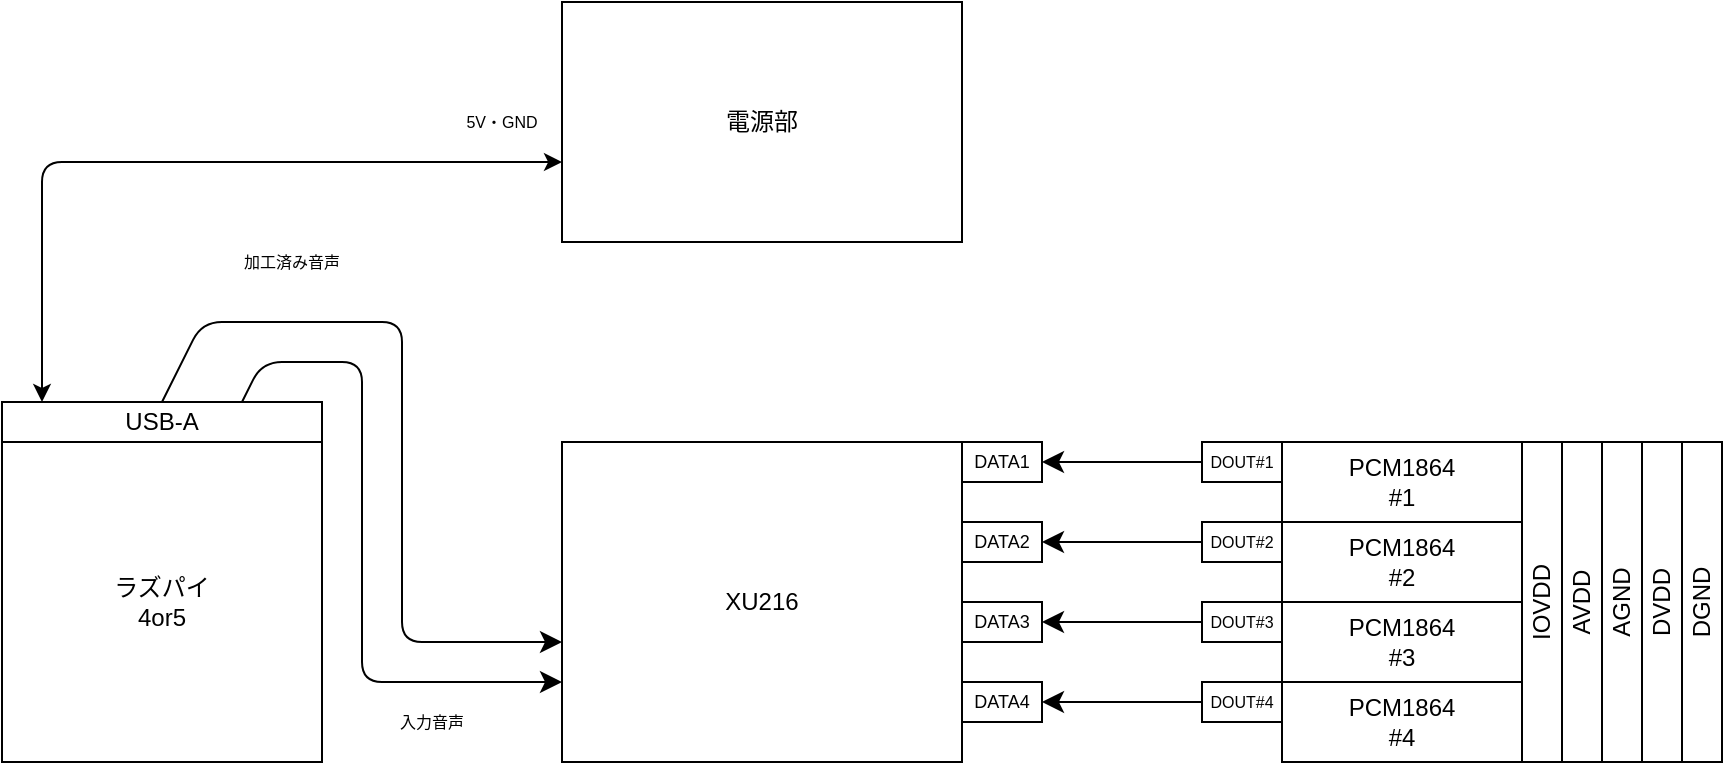
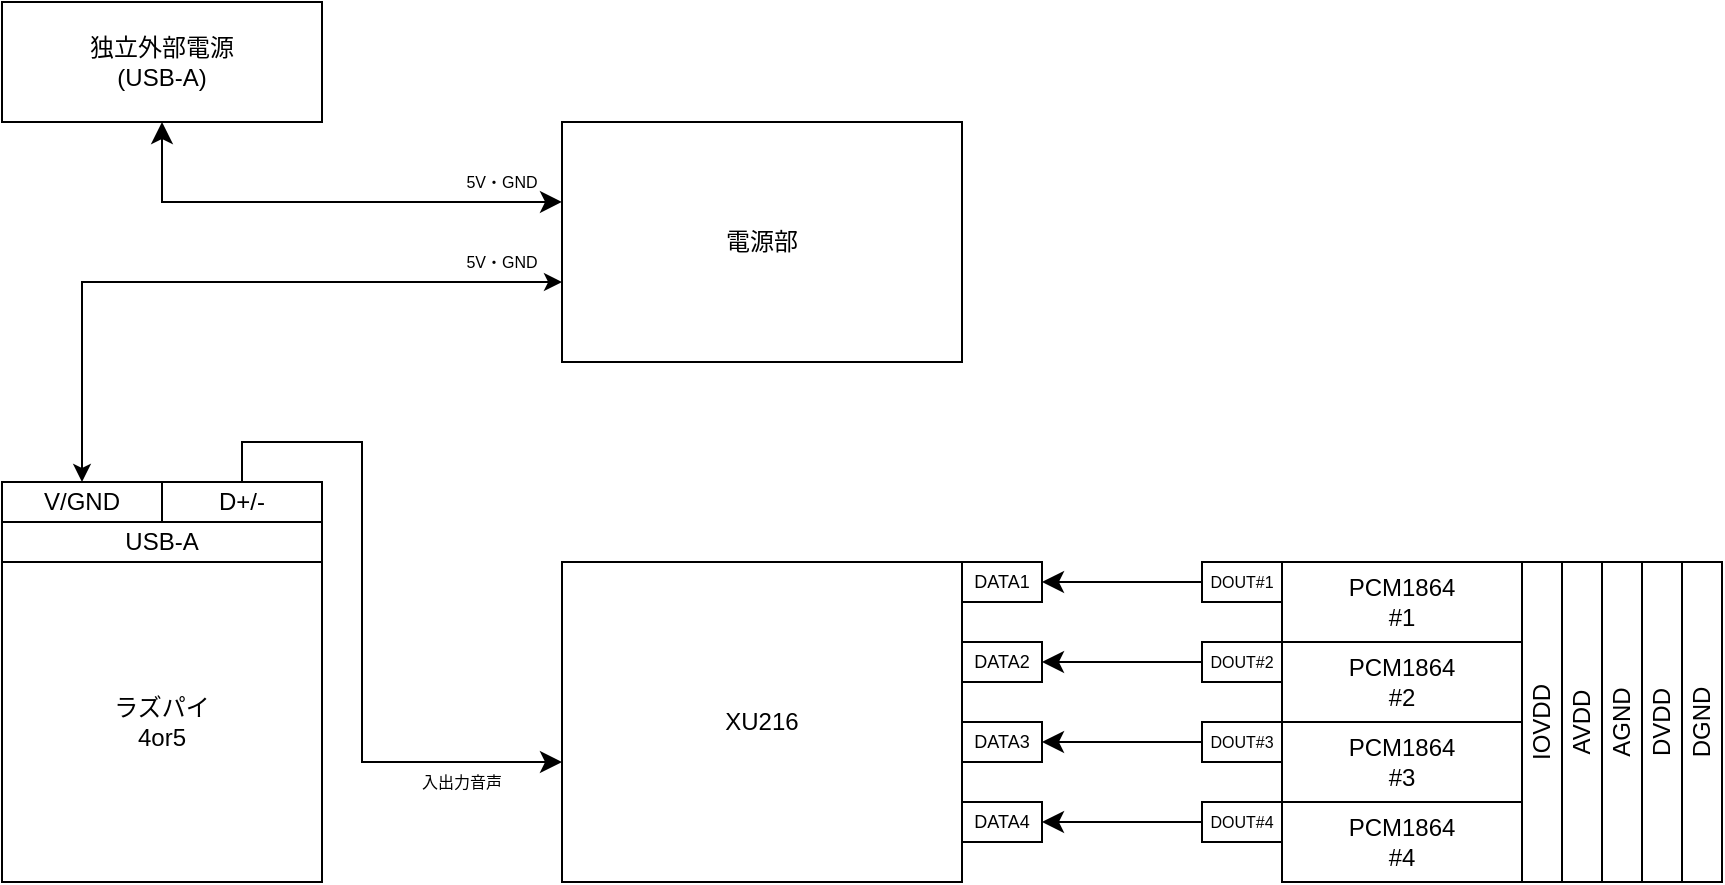
<mxfile host="app.diagrams.net">
  <diagram name="ページ-1" id="1rR5yNFkPkjZeM9XWKDB">
-     <mxGraphModel dx="481" dy="409" grid="1" gridSize="10" guides="1" tooltips="1" connect="1" arrows="1" fold="1" page="1" pageScale="1" pageWidth="827" pageHeight="1169" math="0" shadow="0">
+     <mxGraphModel dx="1123" dy="2122" grid="1" gridSize="10" guides="1" tooltips="1" connect="1" arrows="1" fold="1" page="1" pageScale="1" pageWidth="827" pageHeight="1169" background="none" math="0" shadow="0">
      <root>
        <mxCell id="0" />
        <mxCell id="1" parent="0" />
-         <mxCell id="8oAuVnmic7N__K8w4YIr-23" edge="1" parent="1" source="8oAuVnmic7N__K8w4YIr-22" style="endArrow=classic;html=1;rounded=1;fontSize=12;startSize=8;endSize=8;curved=0;exitX=0.75;exitY=0;exitDx=0;exitDy=0;entryX=0;entryY=0.75;entryDx=0;entryDy=0;" target="gwDgxvsqRqvtRyl1jF5W-1" value="">
+         <mxCell id="8oAuVnmic7N__K8w4YIr-23" edge="1" parent="1" style="endArrow=classic;html=1;rounded=0;fontSize=12;startSize=8;endSize=8;curved=0;exitX=0.75;exitY=0;exitDx=0;exitDy=0;entryX=0;entryY=0.75;entryDx=0;entryDy=0;labelBackgroundColor=none;fontColor=default;" value="">
          <mxGeometry height="50" relative="1" width="50" as="geometry">
            <Array as="points">
-               <mxPoint x="170" y="180" />
-               <mxPoint x="220" y="180" />
-               <mxPoint x="220" y="340" />
+               <mxPoint x="160" y="160" />
+               <mxPoint x="220" y="160" />
+               <mxPoint x="220" y="320" />
            </Array>
-             <mxPoint x="270" y="200" as="sourcePoint" />
-             <mxPoint x="320" y="150" as="targetPoint" />
+             <mxPoint x="160" y="180" as="sourcePoint" />
+             <mxPoint x="320.0000000000001" y="320" as="targetPoint" />
          </mxGeometry>
        </mxCell>
-         <mxCell id="8oAuVnmic7N__K8w4YIr-19" parent="1" style="rounded=0;whiteSpace=wrap;html=1;horizontal=0;" value="DVDD" vertex="1">
+         <mxCell id="8oAuVnmic7N__K8w4YIr-19" parent="1" style="rounded=0;whiteSpace=wrap;html=1;horizontal=0;labelBackgroundColor=none;" value="DVDD" vertex="1">
          <mxGeometry height="160" width="20" x="860" y="220" as="geometry" />
        </mxCell>
-         <mxCell id="gwDgxvsqRqvtRyl1jF5W-1" parent="1" style="rounded=0;whiteSpace=wrap;html=1;" value="XU216" vertex="1">
+         <mxCell id="gwDgxvsqRqvtRyl1jF5W-1" parent="1" style="rounded=0;whiteSpace=wrap;html=1;labelBackgroundColor=none;" value="XU216" vertex="1">
          <mxGeometry height="160" width="200" x="320" y="220" as="geometry" />
        </mxCell>
-         <mxCell id="gwDgxvsqRqvtRyl1jF5W-2" parent="1" style="rounded=0;whiteSpace=wrap;html=1;" value="ラズパイ&lt;div&gt;4or5&lt;/div&gt;" vertex="1">
+         <mxCell id="gwDgxvsqRqvtRyl1jF5W-2" parent="1" style="rounded=0;whiteSpace=wrap;html=1;labelBackgroundColor=none;" value="ラズパイ&lt;div&gt;4or5&lt;/div&gt;" vertex="1">
          <mxGeometry height="160" width="160" x="40" y="220" as="geometry" />
        </mxCell>
-         <mxCell id="gwDgxvsqRqvtRyl1jF5W-3" parent="1" style="rounded=0;whiteSpace=wrap;html=1;" value="PCM1864&lt;div&gt;#1&lt;/div&gt;" vertex="1">
+         <mxCell id="gwDgxvsqRqvtRyl1jF5W-3" parent="1" style="rounded=0;whiteSpace=wrap;html=1;labelBackgroundColor=none;" value="PCM1864&lt;div&gt;#1&lt;/div&gt;" vertex="1">
          <mxGeometry height="40" width="120" x="680" y="220" as="geometry" />
        </mxCell>
-         <mxCell id="8oAuVnmic7N__K8w4YIr-1" parent="1" style="rounded=0;whiteSpace=wrap;html=1;" value="PCM1864&lt;div&gt;#2&lt;/div&gt;" vertex="1">
+         <mxCell id="8oAuVnmic7N__K8w4YIr-1" parent="1" style="rounded=0;whiteSpace=wrap;html=1;labelBackgroundColor=none;" value="PCM1864&lt;div&gt;#2&lt;/div&gt;" vertex="1">
          <mxGeometry height="40" width="120" x="680" y="260" as="geometry" />
        </mxCell>
-         <mxCell id="8oAuVnmic7N__K8w4YIr-2" parent="1" style="rounded=0;whiteSpace=wrap;html=1;" value="PCM1864&lt;div&gt;#3&lt;/div&gt;" vertex="1">
+         <mxCell id="8oAuVnmic7N__K8w4YIr-2" parent="1" style="rounded=0;whiteSpace=wrap;html=1;labelBackgroundColor=none;" value="PCM1864&lt;div&gt;#3&lt;/div&gt;" vertex="1">
          <mxGeometry height="40" width="120" x="680" y="300" as="geometry" />
        </mxCell>
-         <mxCell id="8oAuVnmic7N__K8w4YIr-3" parent="1" style="rounded=0;whiteSpace=wrap;html=1;" value="PCM1864&lt;div&gt;#4&lt;/div&gt;" vertex="1">
+         <mxCell id="8oAuVnmic7N__K8w4YIr-3" parent="1" style="rounded=0;whiteSpace=wrap;html=1;labelBackgroundColor=none;" value="PCM1864&lt;div&gt;#4&lt;/div&gt;" vertex="1">
          <mxGeometry height="40" width="120" x="680" y="340" as="geometry" />
        </mxCell>
-         <mxCell id="8oAuVnmic7N__K8w4YIr-4" parent="1" style="rounded=0;whiteSpace=wrap;html=1;fontSize=8;" value="DOUT#1" vertex="1">
+         <mxCell id="8oAuVnmic7N__K8w4YIr-4" parent="1" style="rounded=0;whiteSpace=wrap;html=1;fontSize=8;labelBackgroundColor=none;" value="DOUT#1" vertex="1">
          <mxGeometry height="20" width="40" x="640" y="220" as="geometry" />
        </mxCell>
-         <mxCell id="8oAuVnmic7N__K8w4YIr-5" parent="1" style="rounded=0;whiteSpace=wrap;html=1;fontSize=8;" value="DOUT#2" vertex="1">
+         <mxCell id="8oAuVnmic7N__K8w4YIr-5" parent="1" style="rounded=0;whiteSpace=wrap;html=1;fontSize=8;labelBackgroundColor=none;" value="DOUT#2" vertex="1">
          <mxGeometry height="20" width="40" x="640" y="260" as="geometry" />
        </mxCell>
-         <mxCell id="8oAuVnmic7N__K8w4YIr-6" parent="1" style="rounded=0;whiteSpace=wrap;html=1;fontSize=8;" value="DOUT#3" vertex="1">
+         <mxCell id="8oAuVnmic7N__K8w4YIr-6" parent="1" style="rounded=0;whiteSpace=wrap;html=1;fontSize=8;labelBackgroundColor=none;" value="DOUT#3" vertex="1">
          <mxGeometry height="20" width="40" x="640" y="300" as="geometry" />
        </mxCell>
-         <mxCell id="8oAuVnmic7N__K8w4YIr-7" parent="1" style="rounded=0;whiteSpace=wrap;html=1;fontSize=8;" value="DOUT#4" vertex="1">
+         <mxCell id="8oAuVnmic7N__K8w4YIr-7" parent="1" style="rounded=0;whiteSpace=wrap;html=1;fontSize=8;labelBackgroundColor=none;" value="DOUT#4" vertex="1">
          <mxGeometry height="20" width="40" x="640" y="340" as="geometry" />
        </mxCell>
-         <mxCell id="8oAuVnmic7N__K8w4YIr-8" parent="1" style="rounded=0;whiteSpace=wrap;html=1;direction=east;fontSize=9;" value="DATA1" vertex="1">
+         <mxCell id="8oAuVnmic7N__K8w4YIr-8" parent="1" style="rounded=0;whiteSpace=wrap;html=1;direction=east;fontSize=9;labelBackgroundColor=none;" value="DATA1" vertex="1">
          <mxGeometry height="20" width="40" x="520" y="220" as="geometry" />
        </mxCell>
-         <mxCell id="8oAuVnmic7N__K8w4YIr-9" parent="1" style="rounded=0;whiteSpace=wrap;html=1;direction=east;fontSize=9;" value="DATA2" vertex="1">
+         <mxCell id="8oAuVnmic7N__K8w4YIr-9" parent="1" style="rounded=0;whiteSpace=wrap;html=1;direction=east;fontSize=9;labelBackgroundColor=none;" value="DATA2" vertex="1">
          <mxGeometry height="20" width="40" x="520" y="260" as="geometry" />
        </mxCell>
-         <mxCell id="8oAuVnmic7N__K8w4YIr-10" parent="1" style="rounded=0;whiteSpace=wrap;html=1;direction=east;fontSize=9;" value="DATA3" vertex="1">
+         <mxCell id="8oAuVnmic7N__K8w4YIr-10" parent="1" style="rounded=0;whiteSpace=wrap;html=1;direction=east;fontSize=9;labelBackgroundColor=none;" value="DATA3" vertex="1">
          <mxGeometry height="20" width="40" x="520" y="300" as="geometry" />
        </mxCell>
-         <mxCell id="8oAuVnmic7N__K8w4YIr-11" parent="1" style="rounded=0;whiteSpace=wrap;html=1;direction=east;fontSize=9;" value="DATA4" vertex="1">
+         <mxCell id="8oAuVnmic7N__K8w4YIr-11" parent="1" style="rounded=0;whiteSpace=wrap;html=1;direction=east;fontSize=9;labelBackgroundColor=none;" value="DATA4" vertex="1">
          <mxGeometry height="20" width="40" x="520" y="340" as="geometry" />
        </mxCell>
-         <mxCell id="8oAuVnmic7N__K8w4YIr-12" edge="1" parent="1" source="8oAuVnmic7N__K8w4YIr-7" style="endArrow=classic;html=1;rounded=0;fontSize=12;startSize=8;endSize=8;curved=1;exitX=0;exitY=0.5;exitDx=0;exitDy=0;entryX=1;entryY=0.5;entryDx=0;entryDy=0;" target="8oAuVnmic7N__K8w4YIr-11" value="">
+         <mxCell id="8oAuVnmic7N__K8w4YIr-12" edge="1" parent="1" source="8oAuVnmic7N__K8w4YIr-7" style="endArrow=classic;html=1;rounded=0;fontSize=12;startSize=8;endSize=8;curved=1;exitX=0;exitY=0.5;exitDx=0;exitDy=0;entryX=1;entryY=0.5;entryDx=0;entryDy=0;labelBackgroundColor=none;fontColor=default;" target="8oAuVnmic7N__K8w4YIr-11" value="">
          <mxGeometry height="50" relative="1" width="50" as="geometry">
            <mxPoint x="570" y="390" as="sourcePoint" />
            <mxPoint x="620" y="340" as="targetPoint" />
          </mxGeometry>
        </mxCell>
-         <mxCell id="8oAuVnmic7N__K8w4YIr-13" edge="1" parent="1" source="8oAuVnmic7N__K8w4YIr-6" style="endArrow=classic;html=1;rounded=0;fontSize=12;startSize=8;endSize=8;curved=1;exitX=0;exitY=0.5;exitDx=0;exitDy=0;entryX=1;entryY=0.5;entryDx=0;entryDy=0;" target="8oAuVnmic7N__K8w4YIr-10" value="">
+         <mxCell id="8oAuVnmic7N__K8w4YIr-13" edge="1" parent="1" source="8oAuVnmic7N__K8w4YIr-6" style="endArrow=classic;html=1;rounded=0;fontSize=12;startSize=8;endSize=8;curved=1;exitX=0;exitY=0.5;exitDx=0;exitDy=0;entryX=1;entryY=0.5;entryDx=0;entryDy=0;labelBackgroundColor=none;fontColor=default;" target="8oAuVnmic7N__K8w4YIr-10" value="">
          <mxGeometry height="50" relative="1" width="50" as="geometry">
            <mxPoint x="650" y="360" as="sourcePoint" />
            <mxPoint x="570" y="360" as="targetPoint" />
          </mxGeometry>
        </mxCell>
-         <mxCell id="8oAuVnmic7N__K8w4YIr-14" edge="1" parent="1" source="8oAuVnmic7N__K8w4YIr-5" style="endArrow=classic;html=1;rounded=0;fontSize=12;startSize=8;endSize=8;curved=1;exitX=0;exitY=0.5;exitDx=0;exitDy=0;entryX=1;entryY=0.5;entryDx=0;entryDy=0;" target="8oAuVnmic7N__K8w4YIr-9" value="">
+         <mxCell id="8oAuVnmic7N__K8w4YIr-14" edge="1" parent="1" source="8oAuVnmic7N__K8w4YIr-5" style="endArrow=classic;html=1;rounded=0;fontSize=12;startSize=8;endSize=8;curved=1;exitX=0;exitY=0.5;exitDx=0;exitDy=0;entryX=1;entryY=0.5;entryDx=0;entryDy=0;labelBackgroundColor=none;fontColor=default;" target="8oAuVnmic7N__K8w4YIr-9" value="">
          <mxGeometry height="50" relative="1" width="50" as="geometry">
            <mxPoint x="650" y="320" as="sourcePoint" />
            <mxPoint x="570" y="270" as="targetPoint" />
          </mxGeometry>
        </mxCell>
-         <mxCell id="8oAuVnmic7N__K8w4YIr-15" edge="1" parent="1" source="8oAuVnmic7N__K8w4YIr-4" style="endArrow=classic;html=1;rounded=0;fontSize=12;startSize=8;endSize=8;curved=1;exitX=0;exitY=0.5;exitDx=0;exitDy=0;entryX=1;entryY=0.5;entryDx=0;entryDy=0;entryPerimeter=0;" target="8oAuVnmic7N__K8w4YIr-8" value="">
+         <mxCell id="8oAuVnmic7N__K8w4YIr-15" edge="1" parent="1" source="8oAuVnmic7N__K8w4YIr-4" style="endArrow=classic;html=1;rounded=0;fontSize=12;startSize=8;endSize=8;curved=1;exitX=0;exitY=0.5;exitDx=0;exitDy=0;entryX=1;entryY=0.5;entryDx=0;entryDy=0;entryPerimeter=0;labelBackgroundColor=none;fontColor=default;" target="8oAuVnmic7N__K8w4YIr-8" value="">
          <mxGeometry height="50" relative="1" width="50" as="geometry">
            <mxPoint x="650" y="280" as="sourcePoint" />
            <mxPoint x="570" y="230" as="targetPoint" />
          </mxGeometry>
        </mxCell>
-         <mxCell id="8oAuVnmic7N__K8w4YIr-16" parent="1" style="rounded=0;whiteSpace=wrap;html=1;align=center;horizontal=0;" value="IOVDD" vertex="1">
+         <mxCell id="8oAuVnmic7N__K8w4YIr-16" parent="1" style="rounded=0;whiteSpace=wrap;html=1;align=center;horizontal=0;labelBackgroundColor=none;" value="IOVDD" vertex="1">
          <mxGeometry height="160" width="20" x="800" y="220" as="geometry" />
        </mxCell>
-         <mxCell id="8oAuVnmic7N__K8w4YIr-17" parent="1" style="rounded=0;whiteSpace=wrap;html=1;horizontal=0;" value="AVDD" vertex="1">
+         <mxCell id="8oAuVnmic7N__K8w4YIr-17" parent="1" style="rounded=0;whiteSpace=wrap;html=1;horizontal=0;labelBackgroundColor=none;" value="AVDD" vertex="1">
          <mxGeometry height="160" width="20" x="820" y="220" as="geometry" />
        </mxCell>
-         <mxCell id="8oAuVnmic7N__K8w4YIr-18" parent="1" style="rounded=0;whiteSpace=wrap;html=1;horizontal=0;" value="AGND" vertex="1">
+         <mxCell id="8oAuVnmic7N__K8w4YIr-18" parent="1" style="rounded=0;whiteSpace=wrap;html=1;horizontal=0;labelBackgroundColor=none;" value="AGND" vertex="1">
          <mxGeometry height="160" width="20" x="840" y="220" as="geometry" />
        </mxCell>
-         <mxCell id="8oAuVnmic7N__K8w4YIr-20" parent="1" style="rounded=0;whiteSpace=wrap;html=1;horizontal=0;" value="DGND" vertex="1">
+         <mxCell id="8oAuVnmic7N__K8w4YIr-20" parent="1" style="rounded=0;whiteSpace=wrap;html=1;horizontal=0;labelBackgroundColor=none;" value="DGND" vertex="1">
          <mxGeometry height="160" width="20" x="880" y="220" as="geometry" />
        </mxCell>
-         <mxCell id="8oAuVnmic7N__K8w4YIr-21" parent="1" style="rounded=0;whiteSpace=wrap;html=1;" value="電源部" vertex="1">
+         <mxCell id="8oAuVnmic7N__K8w4YIr-21" parent="1" style="rounded=0;whiteSpace=wrap;html=1;labelBackgroundColor=none;" value="電源部" vertex="1">
          <mxGeometry height="120" width="200" x="320" as="geometry" />
        </mxCell>
-         <mxCell id="8oAuVnmic7N__K8w4YIr-22" parent="1" style="rounded=0;whiteSpace=wrap;html=1;" value="USB-A" vertex="1">
+         <mxCell id="8oAuVnmic7N__K8w4YIr-22" parent="1" style="rounded=0;whiteSpace=wrap;html=1;labelBackgroundColor=none;" value="USB-A" vertex="1">
          <mxGeometry height="20" width="160" x="40" y="200" as="geometry" />
        </mxCell>
-         <mxCell id="8oAuVnmic7N__K8w4YIr-24" edge="1" parent="1" source="8oAuVnmic7N__K8w4YIr-21" style="endArrow=classic;html=1;rounded=1;fontSize=12;curved=0;exitX=0;exitY=0.667;exitDx=0;exitDy=0;entryX=0.125;entryY=0;entryDx=0;entryDy=0;startArrow=classic;startFill=1;entryPerimeter=0;exitPerimeter=0;" target="8oAuVnmic7N__K8w4YIr-22" value="">
+         <mxCell id="8oAuVnmic7N__K8w4YIr-24" edge="1" parent="1" source="8oAuVnmic7N__K8w4YIr-21" style="endArrow=classic;html=1;rounded=0;fontSize=12;curved=0;exitX=0;exitY=0.667;exitDx=0;exitDy=0;startArrow=classic;startFill=1;exitPerimeter=0;entryX=0.5;entryY=0;entryDx=0;entryDy=0;labelBackgroundColor=none;fontColor=default;" target="m8mJqOSwnHCwy_74enNu-2" value="">
          <mxGeometry height="50" relative="1" width="50" as="geometry">
            <Array as="points">
-               <mxPoint x="60" y="80" />
+               <mxPoint x="80" y="80" />
            </Array>
            <mxPoint x="270" y="200" as="sourcePoint" />
-             <mxPoint x="320" y="150" as="targetPoint" />
+             <mxPoint x="60" y="170" as="targetPoint" />
          </mxGeometry>
        </mxCell>
-         <mxCell id="8oAuVnmic7N__K8w4YIr-25" parent="1" style="text;html=1;whiteSpace=wrap;strokeColor=none;fillColor=none;align=center;verticalAlign=middle;rounded=0;fontSize=8;" value="5V・GND" vertex="1">
-           <mxGeometry height="20" width="40" x="270" y="50" as="geometry" />
+         <mxCell id="8oAuVnmic7N__K8w4YIr-25" parent="1" style="text;html=1;whiteSpace=wrap;strokeColor=none;fillColor=none;align=center;verticalAlign=middle;rounded=0;fontSize=8;labelBackgroundColor=none;" value="5V・GND" vertex="1">
+           <mxGeometry height="20" width="40" x="270" y="60" as="geometry" />
        </mxCell>
-         <mxCell id="8oAuVnmic7N__K8w4YIr-26" edge="1" parent="1" source="8oAuVnmic7N__K8w4YIr-22" style="endArrow=classic;html=1;rounded=1;fontSize=12;startSize=8;endSize=8;curved=0;exitX=0.5;exitY=0;exitDx=0;exitDy=0;" value="">
+         <mxCell id="8oAuVnmic7N__K8w4YIr-29" parent="1" style="text;html=1;whiteSpace=wrap;strokeColor=none;fillColor=none;align=center;verticalAlign=middle;rounded=0;fontSize=8;labelBackgroundColor=none;" value="入出力音声" vertex="1">
+           <mxGeometry height="20" width="60" x="240" y="320" as="geometry" />
+         </mxCell>
+         <mxCell id="m8mJqOSwnHCwy_74enNu-1" parent="1" style="rounded=0;whiteSpace=wrap;html=1;labelBackgroundColor=none;" value="D+/-" vertex="1">
+           <mxGeometry height="20" width="80" x="120" y="180" as="geometry" />
+         </mxCell>
+         <mxCell id="m8mJqOSwnHCwy_74enNu-2" parent="1" style="rounded=0;whiteSpace=wrap;html=1;labelBackgroundColor=none;" value="V/GND" vertex="1">
+           <mxGeometry height="20" width="80" x="40" y="180" as="geometry" />
+         </mxCell>
+         <mxCell id="m8mJqOSwnHCwy_74enNu-4" parent="1" style="rounded=0;whiteSpace=wrap;html=1;labelBackgroundColor=none;" value="独立外部電源&lt;div&gt;(USB-A)&lt;/div&gt;" vertex="1">
+           <mxGeometry height="60" width="160" x="40" y="-60" as="geometry" />
+         </mxCell>
+         <mxCell id="m8mJqOSwnHCwy_74enNu-5" edge="1" parent="1" source="m8mJqOSwnHCwy_74enNu-4" style="endArrow=classic;html=1;rounded=0;fontSize=12;startSize=8;endSize=8;curved=0;exitX=0.5;exitY=1;exitDx=0;exitDy=0;entryX=0;entryY=0.333;entryDx=0;entryDy=0;entryPerimeter=0;startArrow=classic;startFill=1;labelBackgroundColor=none;fontColor=default;" target="8oAuVnmic7N__K8w4YIr-21" value="">
          <mxGeometry height="50" relative="1" width="50" as="geometry">
            <Array as="points">
-               <mxPoint x="140" y="160" />
-               <mxPoint x="240" y="160" />
-               <mxPoint x="240" y="320" />
+               <mxPoint x="120" y="40" />
            </Array>
-             <mxPoint x="200" y="90" as="sourcePoint" />
-             <mxPoint x="320" y="320" as="targetPoint" />
+             <mxPoint x="230" y="140" as="sourcePoint" />
+             <mxPoint x="280" y="90" as="targetPoint" />
          </mxGeometry>
        </mxCell>
-         <mxCell id="8oAuVnmic7N__K8w4YIr-27" parent="1" style="text;html=1;whiteSpace=wrap;strokeColor=none;fillColor=none;align=center;verticalAlign=middle;rounded=0;fontSize=8;" value="加工済み音声" vertex="1">
-           <mxGeometry height="20" width="50" x="160" y="120" as="geometry" />
-         </mxCell>
-         <mxCell id="8oAuVnmic7N__K8w4YIr-29" parent="1" style="text;html=1;whiteSpace=wrap;strokeColor=none;fillColor=none;align=center;verticalAlign=middle;rounded=0;fontSize=8;" value="入力音声" vertex="1">
-           <mxGeometry height="20" width="50" x="230" y="350" as="geometry" />
+         <mxCell id="m8mJqOSwnHCwy_74enNu-6" parent="1" style="text;html=1;whiteSpace=wrap;strokeColor=none;fillColor=none;align=center;verticalAlign=middle;rounded=0;fontSize=8;labelBackgroundColor=none;" value="5V・GND" vertex="1">
+           <mxGeometry height="20" width="50" x="265" y="20" as="geometry" />
        </mxCell>
      </root>
    </mxGraphModel>
  </diagram>
</mxfile>
